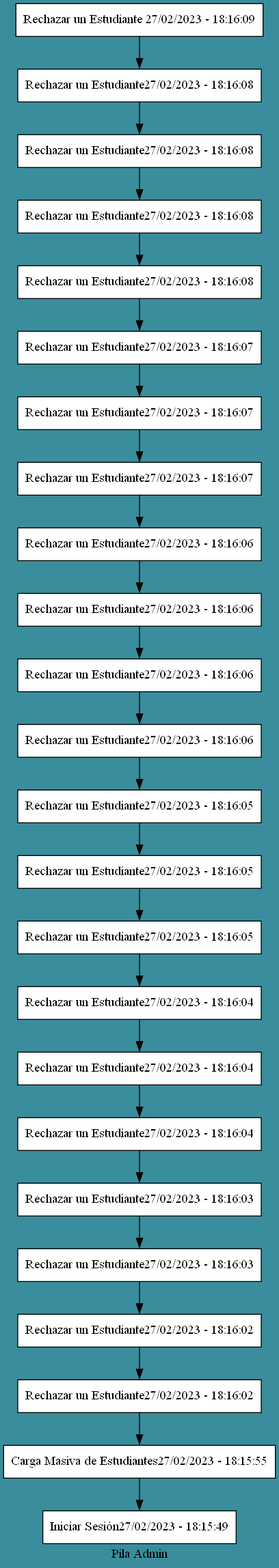
The Graphviz diagram EDD_Proyecto1_Fase1/admin.png in RamiroTelles/EDD_1S2023_PY_202010044, before a commit. Its source is kept beside it as EDD_Proyecto1_Fase1/admin.dot.
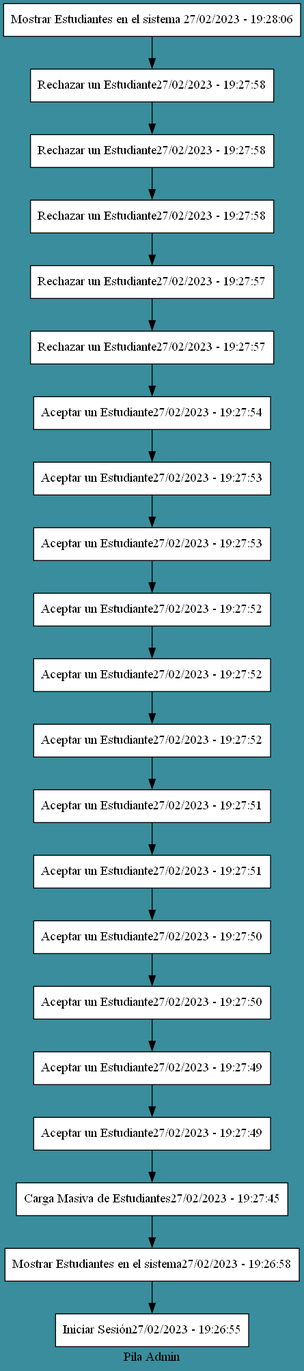
The same diagram one commit later.

Change to the diagram source:
```diff
@@ -2,30 +2,27 @@
  node[shape=box fillcolor="#FFFFFF" style=filled]
  label ="Pila Admin"
  bgcolor= "#398D9C"
-B0[label="Rechazar un Estudiante 27/02/2023 - 18:16:09", group=1];
-B1[label="Rechazar un Estudiante27/02/2023 - 18:16:08", group=1];
-B2[label="Rechazar un Estudiante27/02/2023 - 18:16:08", group=1];
-B3[label="Rechazar un Estudiante27/02/2023 - 18:16:08", group=1];
-B4[label="Rechazar un Estudiante27/02/2023 - 18:16:08", group=1];
-B5[label="Rechazar un Estudiante27/02/2023 - 18:16:07", group=1];
-B6[label="Rechazar un Estudiante27/02/2023 - 18:16:07", group=1];
-B7[label="Rechazar un Estudiante27/02/2023 - 18:16:07", group=1];
-B8[label="Rechazar un Estudiante27/02/2023 - 18:16:06", group=1];
-B9[label="Rechazar un Estudiante27/02/2023 - 18:16:06", group=1];
-B10[label="Rechazar un Estudiante27/02/2023 - 18:16:06", group=1];
-B11[label="Rechazar un Estudiante27/02/2023 - 18:16:06", group=1];
-B12[label="Rechazar un Estudiante27/02/2023 - 18:16:05", group=1];
-B13[label="Rechazar un Estudiante27/02/2023 - 18:16:05", group=1];
-B14[label="Rechazar un Estudiante27/02/2023 - 18:16:05", group=1];
-B15[label="Rechazar un Estudiante27/02/2023 - 18:16:04", group=1];
-B16[label="Rechazar un Estudiante27/02/2023 - 18:16:04", group=1];
-B17[label="Rechazar un Estudiante27/02/2023 - 18:16:04", group=1];
-B18[label="Rechazar un Estudiante27/02/2023 - 18:16:03", group=1];
-B19[label="Rechazar un Estudiante27/02/2023 - 18:16:03", group=1];
-B20[label="Rechazar un Estudiante27/02/2023 - 18:16:02", group=1];
-B21[label="Rechazar un Estudiante27/02/2023 - 18:16:02", group=1];
-B22[label="Carga Masiva de Estudiantes27/02/2023 - 18:15:55", group=1];
-B23[label="Iniciar Sesión27/02/2023 - 18:15:49", group=1];
+B0[label="Mostrar Estudiantes en el sistema 27/02/2023 - 19:28:06", group=1];
+B1[label="Rechazar un Estudiante27/02/2023 - 19:27:58", group=1];
+B2[label="Rechazar un Estudiante27/02/2023 - 19:27:58", group=1];
+B3[label="Rechazar un Estudiante27/02/2023 - 19:27:58", group=1];
+B4[label="Rechazar un Estudiante27/02/2023 - 19:27:57", group=1];
+B5[label="Rechazar un Estudiante27/02/2023 - 19:27:57", group=1];
+B6[label="Aceptar un Estudiante27/02/2023 - 19:27:54", group=1];
+B7[label="Aceptar un Estudiante27/02/2023 - 19:27:53", group=1];
+B8[label="Aceptar un Estudiante27/02/2023 - 19:27:53", group=1];
+B9[label="Aceptar un Estudiante27/02/2023 - 19:27:52", group=1];
+B10[label="Aceptar un Estudiante27/02/2023 - 19:27:52", group=1];
+B11[label="Aceptar un Estudiante27/02/2023 - 19:27:52", group=1];
+B12[label="Aceptar un Estudiante27/02/2023 - 19:27:51", group=1];
+B13[label="Aceptar un Estudiante27/02/2023 - 19:27:51", group=1];
+B14[label="Aceptar un Estudiante27/02/2023 - 19:27:50", group=1];
+B15[label="Aceptar un Estudiante27/02/2023 - 19:27:50", group=1];
+B16[label="Aceptar un Estudiante27/02/2023 - 19:27:49", group=1];
+B17[label="Aceptar un Estudiante27/02/2023 - 19:27:49", group=1];
+B18[label="Carga Masiva de Estudiantes27/02/2023 - 19:27:45", group=1];
+B19[label="Mostrar Estudiantes en el sistema27/02/2023 - 19:26:58", group=1];
+B20[label="Iniciar Sesión27/02/2023 - 19:26:55", group=1];
 
 B0-> B1
 B1-> B2
@@ -47,7 +44,4 @@
 B17-> B18
 B18-> B19
 B19-> B20
-B20-> B21
-B21-> B22
-B22-> B23
 }
```
